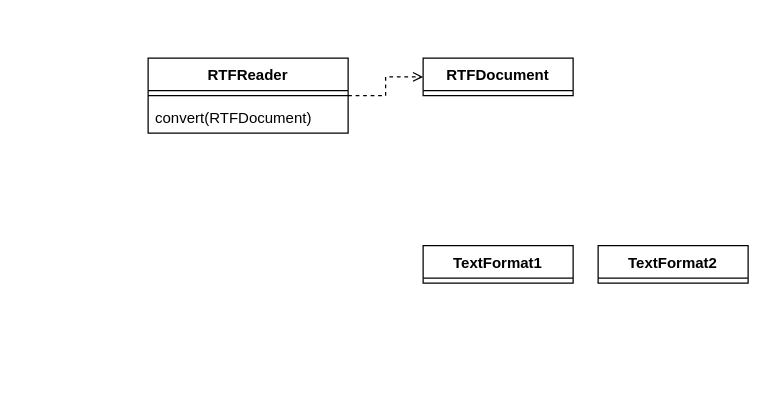
Above: page "initialDesign" (1 of 2) of HW2 RTFConverter.drawio in Janette-Hua/111-1-Software-Engineering-Design (draw.io), before the change. Source tidied: cells renumbered, new cells numbered last; positions are measured from the earlier drawing's top-left corner, leaving out a move shared by most shapes. Both pictures are drawn from the tidied source at 125%, with x=0, y=0 at pixel (148, 58).
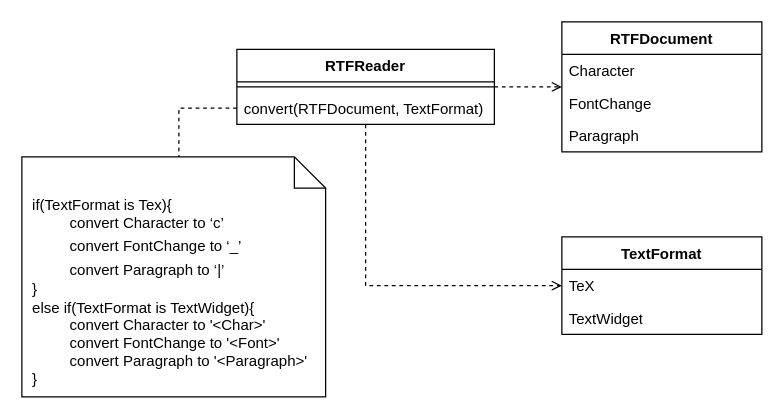
Above is the later version.

The edit, as a diff of the source:
```diff
@@
 <mxGraphModel>
   <root>
     <mxCell id="0" />
     <mxCell id="1" parent="0" />
     <mxCell id="2" style="edgeStyle=orthogonalEdgeStyle;rounded=0;jettySize=auto;html=1;exitX=1;exitY=0.5;exitDx=0;exitDy=0;entryX=0;entryY=0.5;entryDx=0;entryDy=0;dashed=1;endArrow=open;endFill=0;" parent="1" edge="1" source="3" target="6">
       <mxGeometry relative="1" as="geometry" />
     </mxCell>
+    <mxCell id="9" style="edgeStyle=orthogonalEdgeStyle;rounded=0;jettySize=auto;html=1;exitX=0.5;exitY=1;exitDx=0;exitDy=0;entryX=0;entryY=0.5;entryDx=0;entryDy=0;dashed=1;endArrow=open;endFill=0;" parent="1" edge="1" source="3" target="7">
+      <mxGeometry relative="1" as="geometry" />
+    </mxCell>
+    <mxCell id="10" style="edgeStyle=orthogonalEdgeStyle;rounded=0;jettySize=auto;html=1;exitX=0;exitY=0.5;exitDx=0;exitDy=0;dashed=1;endArrow=none;endFill=0;entryX=0.517;entryY=0.023;entryDx=0;entryDy=0;entryPerimeter=0;" parent="1" edge="1" source="5" target="16">
+      <mxGeometry relative="1" as="geometry" />
+    </mxCell>
     <mxCell id="3" value="RTFReader" style="swimlane;fontStyle=1;align=center;verticalAlign=top;horizontal=1;startSize=26;whiteSpace=wrap;html=1;" parent="1" vertex="1">
-      <mxGeometry width="160" height="60" as="geometry" />
+      <mxGeometry x="71" y="-7" width="206" height="60" as="geometry" />
     </mxCell>
     <mxCell id="4" style="line;strokeWidth=1;fillColor=none;align=left;verticalAlign=middle;spacingTop=-1;spacingLeft=3;spacingRight=3;labelPosition=right;strokeColor=inherit;" parent="3" vertex="1">
-      <mxGeometry y="26" width="160" height="8" as="geometry" />
+      <mxGeometry y="26" width="206" height="8" as="geometry" />
     </mxCell>
-    <mxCell id="5" value="convert(RTFDocument)" style="text;strokeColor=none;fillColor=none;align=left;verticalAlign=top;spacingLeft=4;spacingRight=4;overflow=hidden;points=[[0,0.5],[1,0.5]];portConstraint=eastwest;whiteSpace=wrap;html=1;" parent="3" vertex="1">
-      <mxGeometry y="34" width="160" height="26" as="geometry" />
+    <mxCell id="5" value="convert(RTFDocument, TextFormat)" style="text;strokeColor=none;fillColor=none;align=left;verticalAlign=top;spacingLeft=4;spacingRight=4;overflow=hidden;points=[[0,0.5],[1,0.5]];portConstraint=eastwest;whiteSpace=wrap;html=1;" parent="3" vertex="1">
+      <mxGeometry y="34" width="206" height="26" as="geometry" />
     </mxCell>
-    <mxCell id="6" value="RTFDocument" style="swimlane;fontStyle=1;align=center;verticalAlign=top;horizontal=1;startSize=26;whiteSpace=wrap;html=1;" parent="1" vertex="1" collapsed="1">
-      <mxGeometry x="220" width="120" height="30" as="geometry" />
+    <mxCell id="6" value="RTFDocument" style="swimlane;fontStyle=1;align=center;verticalAlign=top;horizontal=1;startSize=26;whiteSpace=wrap;html=1;" parent="1" vertex="1">
+      <mxGeometry x="331" y="-29" width="160" height="104" as="geometry" />
     </mxCell>
+    <mxCell id="11" value="Character" style="text;strokeColor=none;fillColor=none;align=left;verticalAlign=top;spacingLeft=4;spacingRight=4;overflow=hidden;whiteSpace=wrap;html=1;" parent="6" vertex="1">
+      <mxGeometry y="26" width="160" height="26" as="geometry" />
+    </mxCell>
+    <mxCell id="12" value="FontChange" style="text;strokeColor=none;fillColor=none;align=left;verticalAlign=top;spacingLeft=4;spacingRight=4;overflow=hidden;whiteSpace=wrap;html=1;" parent="6" vertex="1">
+      <mxGeometry y="52" width="160" height="26" as="geometry" />
+    </mxCell>
+    <mxCell id="13" value="Paragraph" style="text;strokeColor=none;fillColor=none;align=left;verticalAlign=top;spacingLeft=4;spacingRight=4;overflow=hidden;whiteSpace=wrap;html=1;" parent="6" vertex="1">
+      <mxGeometry y="78" width="160" height="26" as="geometry" />
+    </mxCell>
-    <mxCell id="7" value="TextFormat1" style="swimlane;fontStyle=1;align=center;verticalAlign=top;horizontal=1;startSize=26;whiteSpace=wrap;html=1;" parent="1" vertex="1" collapsed="1">
-      <mxGeometry x="220" y="150" width="120" height="30" as="geometry" />
+    <mxCell id="7" value="TextFormat" style="swimlane;fontStyle=1;align=center;verticalAlign=top;horizontal=1;startSize=26;whiteSpace=wrap;html=1;" parent="1" vertex="1">
+      <mxGeometry x="331" y="143" width="160" height="78" as="geometry" />
     </mxCell>
-    <mxCell id="8" value="TextFormat2" style="swimlane;fontStyle=1;align=center;verticalAlign=top;horizontal=1;startSize=26;whiteSpace=wrap;html=1;" parent="1" vertex="1" collapsed="1">
-      <mxGeometry x="360" y="150" width="120" height="30" as="geometry" />
-    </mxCell>
+    <mxCell id="14" value="TeX" style="text;strokeColor=none;fillColor=none;align=left;verticalAlign=top;spacingLeft=4;spacingRight=4;overflow=hidden;whiteSpace=wrap;html=1;" parent="7" vertex="1">
+      <mxGeometry y="26" width="160" height="26" as="geometry" />
+    </mxCell>
+    <mxCell id="15" value="TextWidget" style="text;strokeColor=none;fillColor=none;align=left;verticalAlign=top;spacingLeft=4;spacingRight=4;overflow=hidden;whiteSpace=wrap;html=1;" parent="7" vertex="1">
+      <mxGeometry y="52" width="160" height="26" as="geometry" />
+    </mxCell>
+    <mxCell id="16" value="&amp;nbsp; if(TextFormat is Tex){&lt;br&gt;&amp;nbsp; &amp;nbsp; &amp;nbsp; &amp;nbsp; &amp;nbsp; &amp;nbsp;convert Character&amp;nbsp;to ‘c’&lt;br&gt;&lt;span style=&quot;font-size: medium;&quot;&gt;&lt;/span&gt;&amp;nbsp; &amp;nbsp; &amp;nbsp; &amp;nbsp; &amp;nbsp; &amp;nbsp;convert FontChange&amp;nbsp;to ‘_’&lt;br&gt;&lt;span style=&quot;font-size: medium;&quot;&gt;&lt;/span&gt;&amp;nbsp; &amp;nbsp; &amp;nbsp; &amp;nbsp; &amp;nbsp; &amp;nbsp;convert Paragraph&amp;nbsp;to ‘|’&lt;span style=&quot;font-size: medium;&quot;&gt;&lt;/span&gt;&lt;br&gt;&lt;div style=&quot;&quot;&gt;&amp;nbsp; }&lt;/div&gt;&lt;div style=&quot;&quot;&gt;&amp;nbsp; else if(TextFormat is TextWidget){&lt;/div&gt;&lt;div style=&quot;&quot;&gt;&amp;nbsp; &amp;nbsp; &amp;nbsp; &amp;nbsp; &amp;nbsp; &amp;nbsp;convert Character&amp;nbsp;to '&amp;lt;Char&amp;gt;'&lt;/div&gt;&amp;nbsp; &amp;nbsp; &amp;nbsp; &amp;nbsp; &amp;nbsp; &amp;nbsp;convert FontChange&amp;nbsp;to '&amp;lt;Font&amp;gt;'&lt;br&gt;&amp;nbsp; &amp;nbsp; &amp;nbsp; &amp;nbsp; &amp;nbsp; &amp;nbsp;convert Paragraph&amp;nbsp;to '&amp;lt;Paragraph&amp;gt;'&lt;br&gt;&lt;span style=&quot;font-size: medium;&quot;&gt;&lt;/span&gt;&lt;div style=&quot;&quot;&gt;&amp;nbsp; }&lt;/div&gt;" style="shape=note2;boundedLbl=1;whiteSpace=wrap;html=1;size=25;verticalAlign=top;align=left;" parent="1" vertex="1">
+      <mxGeometry x="-101" y="79" width="243" height="192" as="geometry" />
+    </mxCell>
   </root>
 </mxGraphModel>
```
